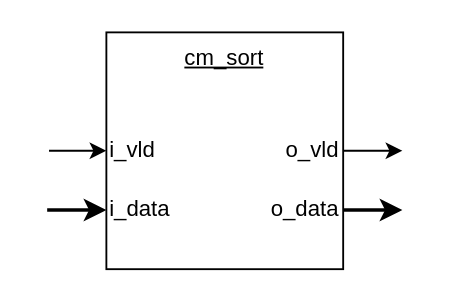
CsehPeter/Sylox keeps this draw.io diagram as doc/lib_cm/draw/cm_sort.drawio. Above is the earlier version. Source tidied: cells renumbered, new cells numbered last; positions are measured from the earlier drawing's top-left corner, leaving out a move shared by most shapes. Both pictures are drawn from the tidied source at 185%, with x=0, y=0 at pixel (46, 31).
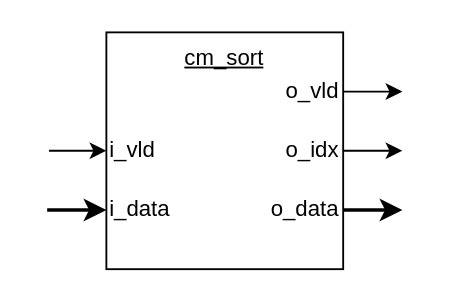
The same page after the edit.

The edit, as a diff of the source:
```diff
@@
 <mxGraphModel>
   <root>
     <mxCell id="0" />
     <mxCell id="1" parent="0" />
     <mxCell id="2" value="cm_sort" style="rounded=0;whiteSpace=wrap;html=1;verticalAlign=top;fontStyle=4;" parent="1" vertex="1">
       <mxGeometry x="32" width="128" height="128" as="geometry" />
     </mxCell>
     <mxCell id="3" style="edgeStyle=orthogonalEdgeStyle;rounded=0;jettySize=auto;html=1;entryX=0;entryY=0.5;entryDx=0;entryDy=0;strokeWidth=1;startArrow=none;startFill=0;" parent="1" edge="1" target="4">
       <mxGeometry relative="1" as="geometry">
         <mxPoint x="1" y="64" as="sourcePoint" />
       </mxGeometry>
     </mxCell>
     <mxCell id="4" value="i_vld" style="text;html=1;strokeColor=none;fillColor=none;align=left;verticalAlign=middle;whiteSpace=wrap;rounded=0;" parent="1" vertex="1">
       <mxGeometry x="32" y="48" width="64" height="32" as="geometry" />
     </mxCell>
     <mxCell id="5" style="edgeStyle=orthogonalEdgeStyle;rounded=0;jettySize=auto;html=1;entryX=0;entryY=0.5;entryDx=0;entryDy=0;strokeWidth=2;" parent="1" edge="1" target="6">
       <mxGeometry relative="1" as="geometry">
         <mxPoint y="96" as="sourcePoint" />
       </mxGeometry>
     </mxCell>
     <mxCell id="6" value="i_data" style="text;html=1;strokeColor=none;fillColor=none;align=left;verticalAlign=middle;whiteSpace=wrap;rounded=0;" parent="1" vertex="1">
       <mxGeometry x="32" y="80" width="64" height="32" as="geometry" />
     </mxCell>
     <mxCell id="7" style="edgeStyle=orthogonalEdgeStyle;rounded=0;jettySize=auto;html=1;exitX=1;exitY=0.5;exitDx=0;exitDy=0;strokeWidth=1;startArrow=none;startFill=0;" parent="1" edge="1" source="8">
       <mxGeometry relative="1" as="geometry">
-        <mxPoint x="192" y="64" as="targetPoint" />
+        <mxPoint x="192" y="32" as="targetPoint" />
       </mxGeometry>
     </mxCell>
     <mxCell id="8" value="o_vld" style="text;html=1;strokeColor=none;fillColor=none;align=right;verticalAlign=middle;whiteSpace=wrap;rounded=0;" parent="1" vertex="1">
-      <mxGeometry x="96" y="48" width="64" height="32" as="geometry" />
+      <mxGeometry x="96" y="16" width="64" height="32" as="geometry" />
     </mxCell>
     <mxCell id="9" style="edgeStyle=orthogonalEdgeStyle;rounded=0;jettySize=auto;html=1;exitX=1;exitY=0.5;exitDx=0;exitDy=0;strokeWidth=2;" parent="1" edge="1" source="10">
       <mxGeometry relative="1" as="geometry">
         <mxPoint x="192" y="96" as="targetPoint" />
       </mxGeometry>
     </mxCell>
     <mxCell id="10" value="o_data" style="text;html=1;strokeColor=none;fillColor=none;align=right;verticalAlign=middle;whiteSpace=wrap;rounded=0;" parent="1" vertex="1">
       <mxGeometry x="96" y="80" width="64" height="32" as="geometry" />
     </mxCell>
+    <mxCell id="11" style="edgeStyle=orthogonalEdgeStyle;rounded=0;jettySize=auto;html=1;exitX=1;exitY=0.5;exitDx=0;exitDy=0;strokeWidth=1;startArrow=none;startFill=0;" parent="1" edge="1" source="12">
+      <mxGeometry relative="1" as="geometry">
+        <mxPoint x="192" y="64" as="targetPoint" />
+      </mxGeometry>
+    </mxCell>
+    <mxCell id="12" value="o_idx" style="text;html=1;strokeColor=none;fillColor=none;align=right;verticalAlign=middle;whiteSpace=wrap;rounded=0;" parent="1" vertex="1">
+      <mxGeometry x="96" y="48" width="64" height="32" as="geometry" />
+    </mxCell>
   </root>
 </mxGraphModel>
```
